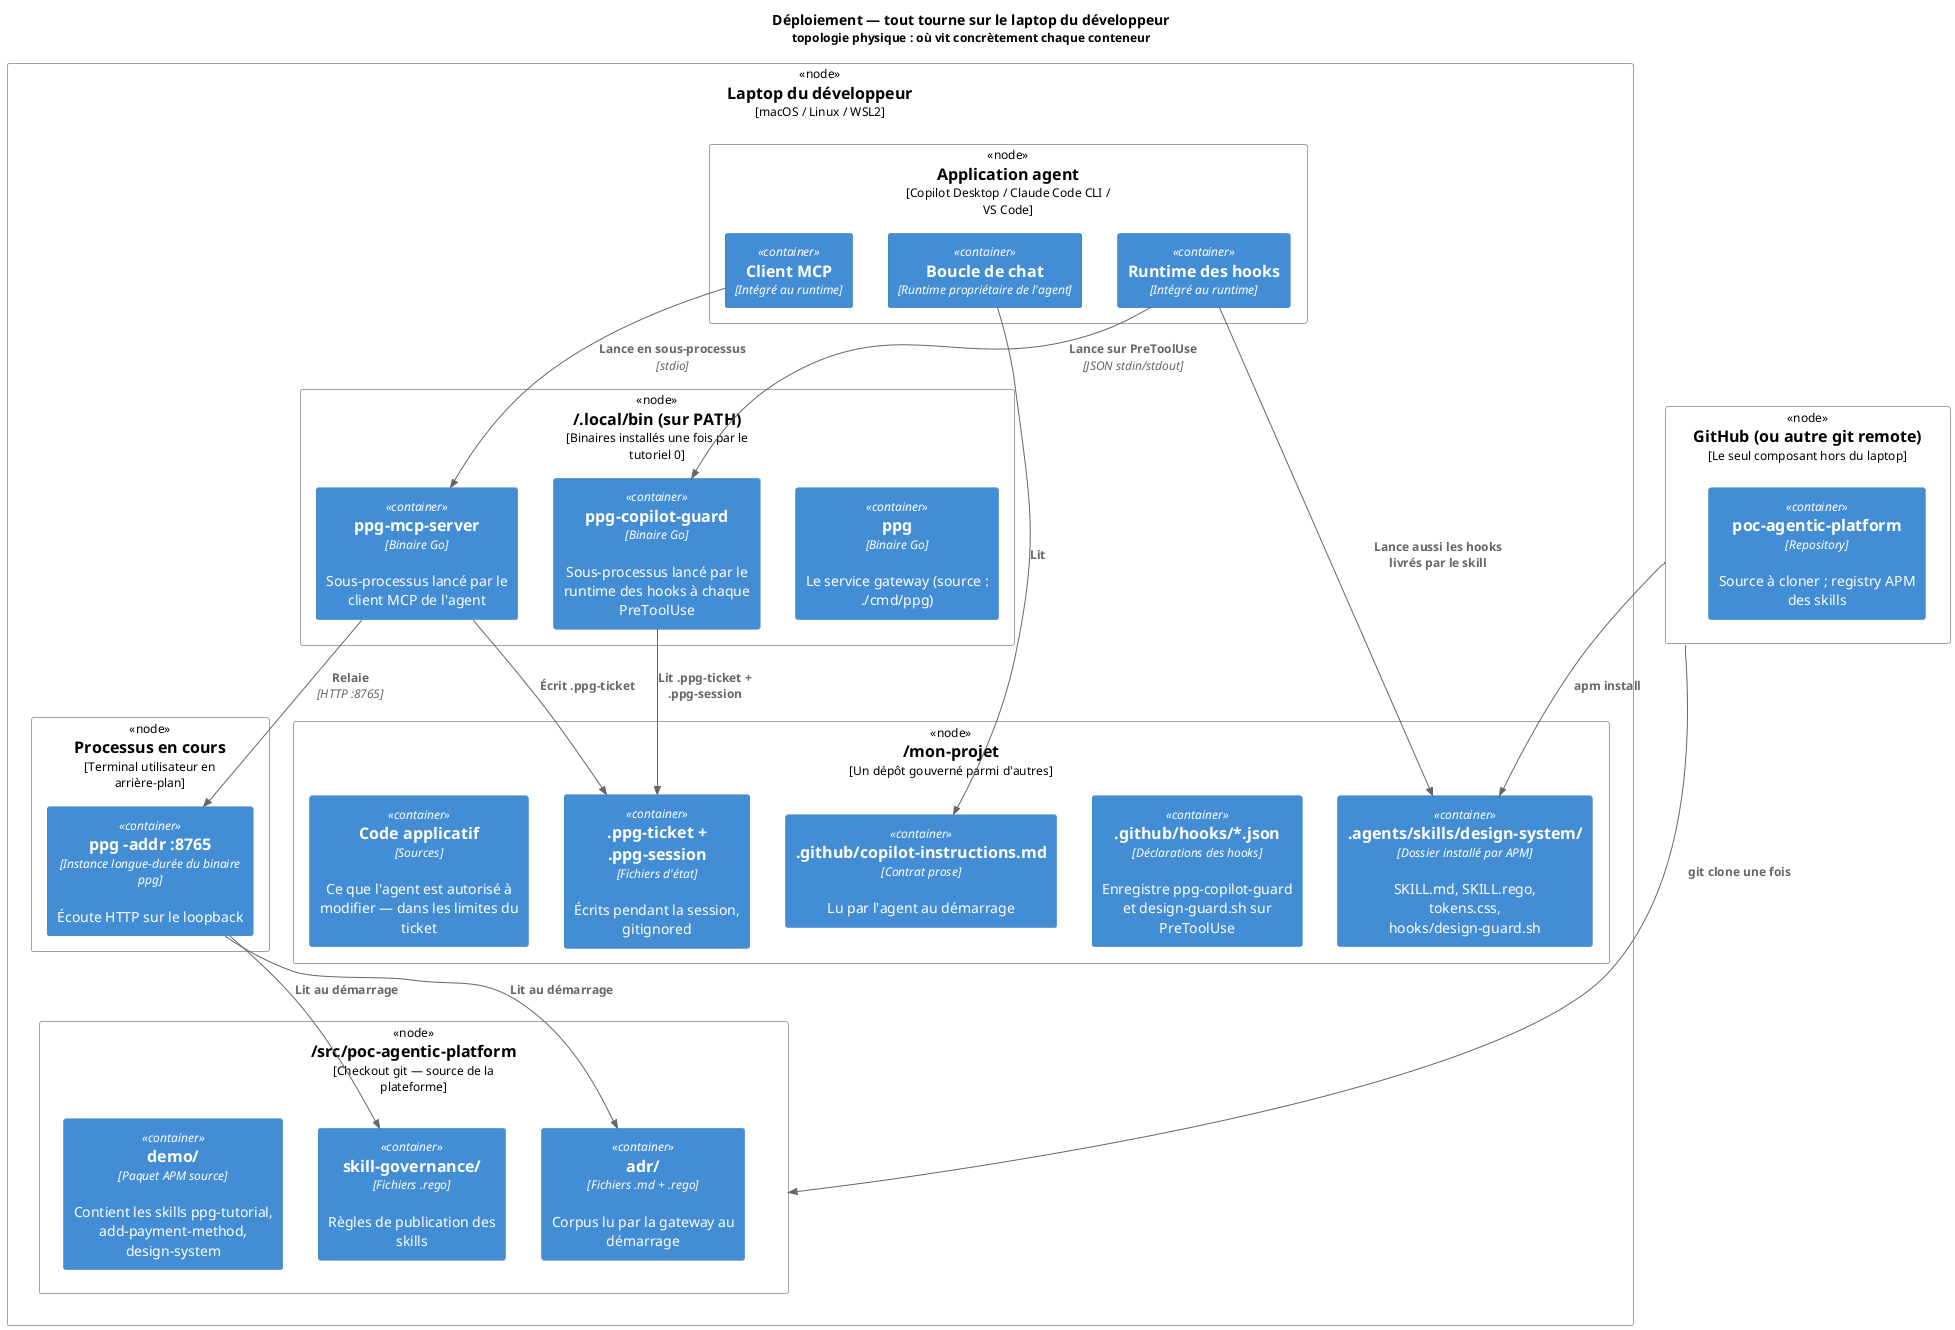
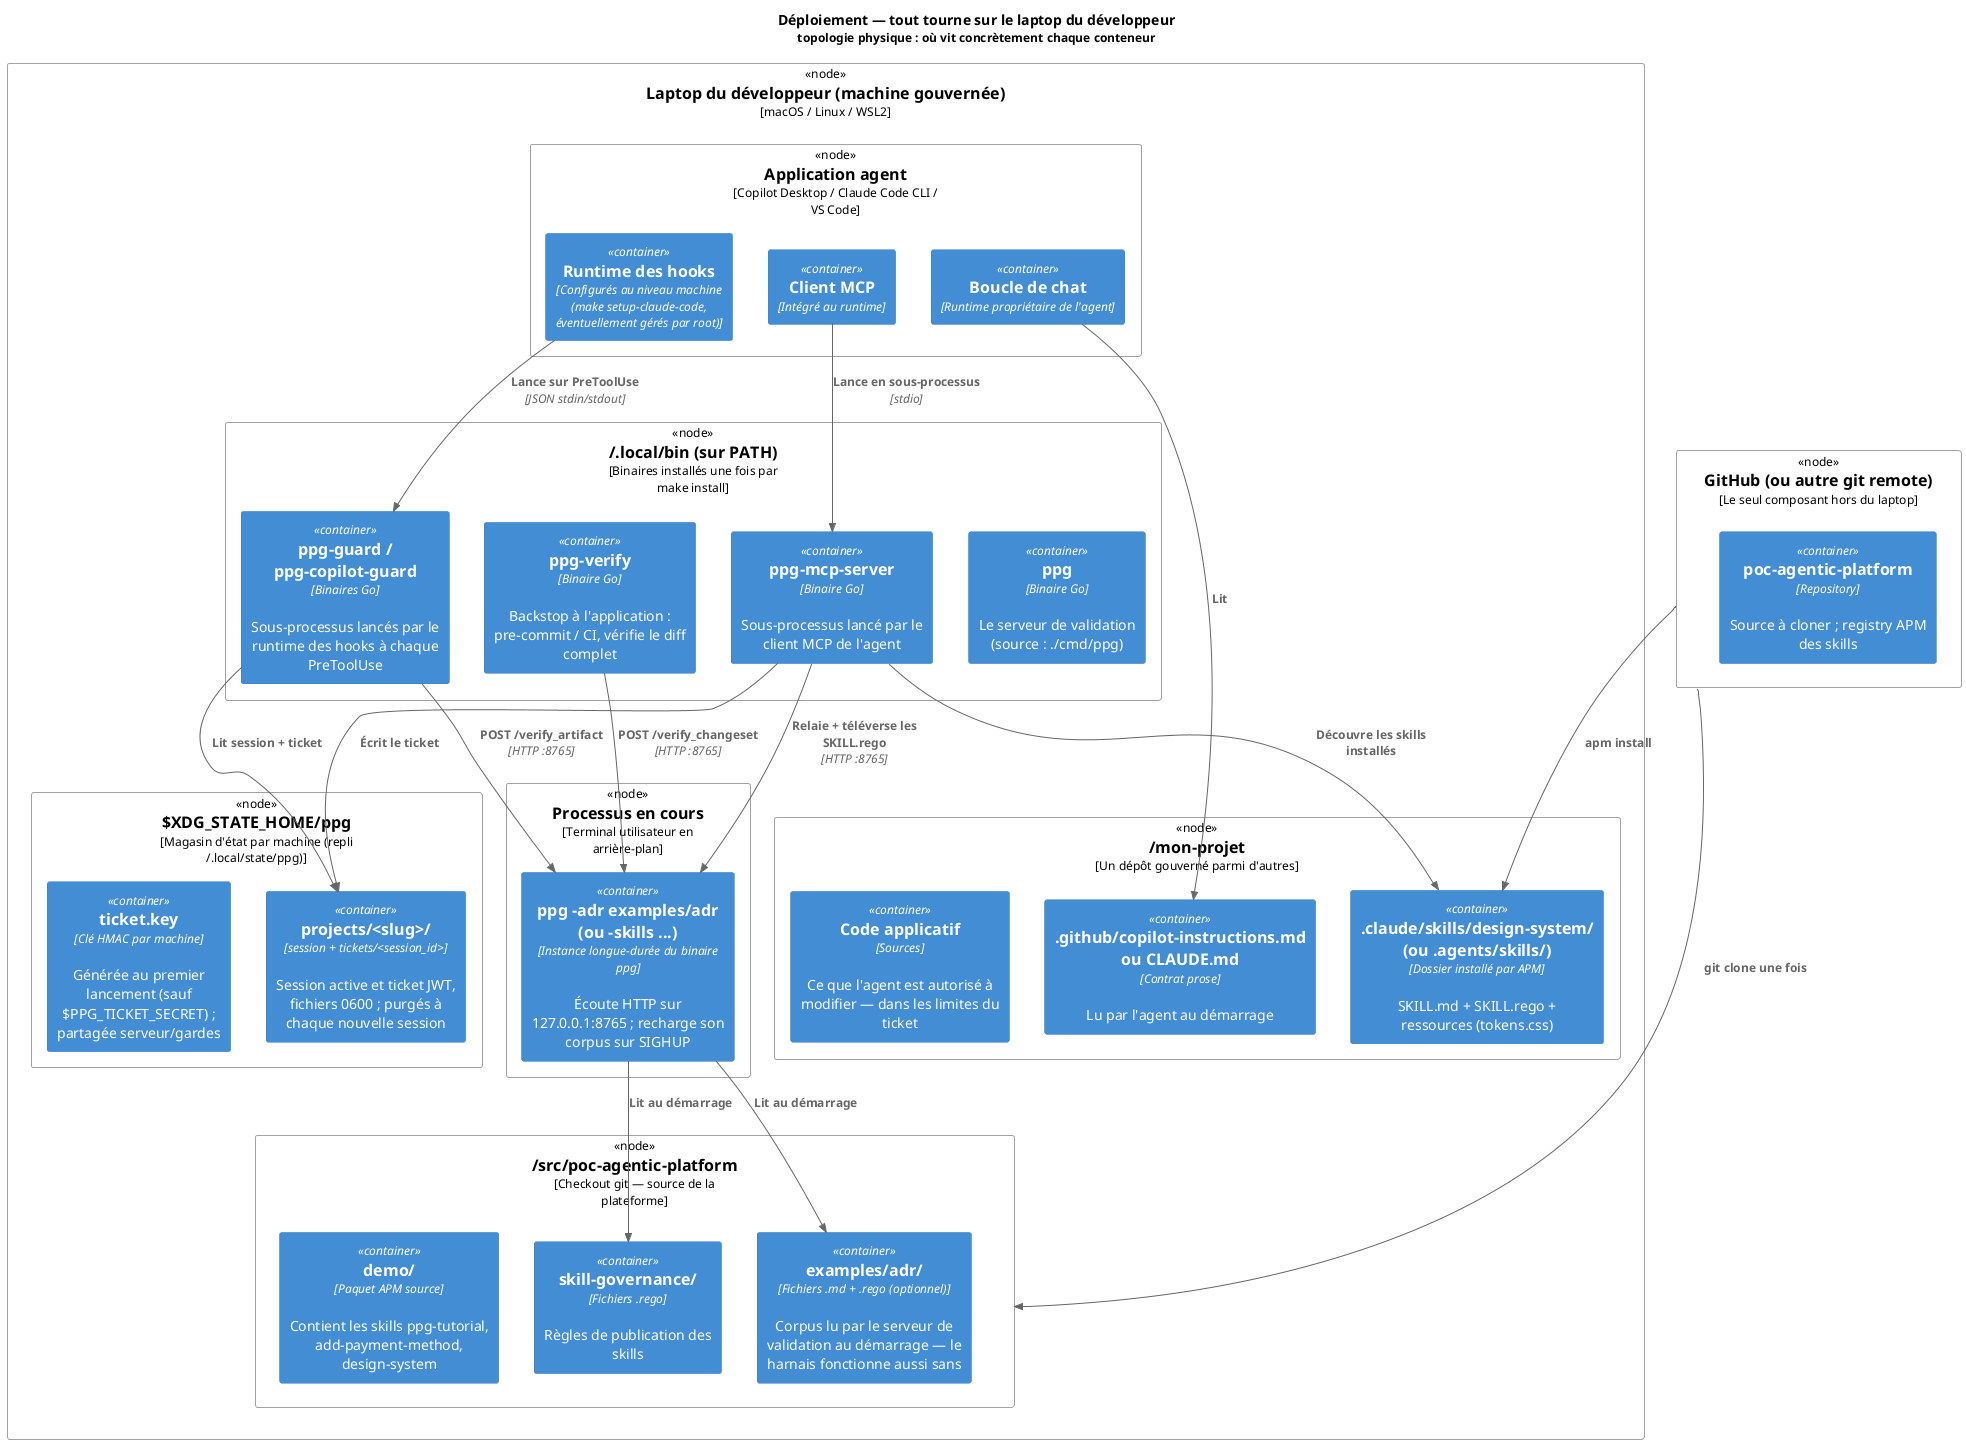
@startuml c4-deploiement
!include <C4/C4_Deployment>

title Déploiement — tout tourne sur le laptop du développeur\n<size:12>topologie physique : où vit concrètement chaque conteneur</size>

- Deployment_Node(laptop, "Laptop du développeur", "macOS / Linux / WSL2") {
+ Deployment_Node(laptop, "Laptop du développeur (machine gouvernée)", "macOS / Linux / WSL2") {

    Deployment_Node(agentApp, "Application agent", "Copilot Desktop / Claude Code CLI / VS Code") {
        Container(chat, "Boucle de chat", "Runtime propriétaire de l'agent")
        Container(mcpClient, "Client MCP", "Intégré au runtime")
-         Container(hookRuntime, "Runtime des hooks", "Intégré au runtime")
+         Container(hookRuntime, "Runtime des hooks", "Configurés au niveau machine (make setup-claude-code, éventuellement gérés par root)")
    }

-     Deployment_Node(bin, "~/.local/bin (sur PATH)", "Binaires installés une fois par le tutoriel 0") {
-         Container(ppgBin, "ppg", "Binaire Go", "Le service gateway (source : ./cmd/ppg)")
+     Deployment_Node(bin, "~/.local/bin (sur PATH)", "Binaires installés une fois par make install") {
+         Container(ppgBin, "ppg", "Binaire Go", "Le serveur de validation (source : ./cmd/ppg)")
        Container(mcpBin, "ppg-mcp-server", "Binaire Go", "Sous-processus lancé par le client MCP de l'agent")
-         Container(guardBin, "ppg-copilot-guard", "Binaire Go", "Sous-processus lancé par le runtime des hooks à chaque PreToolUse")
+         Container(guardBin, "ppg-guard / ppg-copilot-guard", "Binaires Go", "Sous-processus lancés par le runtime des hooks à chaque PreToolUse")
+         Container(verifyBin, "ppg-verify", "Binaire Go", "Backstop à l'application : pre-commit / CI, vérifie le diff complet")
    }

    Deployment_Node(procs, "Processus en cours", "Terminal utilisateur en arrière-plan") {
-         Container(ppgRunning, "ppg -addr :8765", "Instance longue-durée du binaire ppg", "Écoute HTTP sur le loopback")
+         Container(ppgRunning, "ppg -adr examples/adr (ou -skills ...)", "Instance longue-durée du binaire ppg", "Écoute HTTP sur 127.0.0.1:8765 ; recharge son corpus sur SIGHUP")
+     }
+ 
+     Deployment_Node(stateRoot, "$XDG_STATE_HOME/ppg", "Magasin d'état par machine (repli ~/.local/state/ppg)") {
+         Container(state, "projects/<slug>/", "session + tickets/<session_id>", "Session active et ticket JWT, fichiers 0600 ; purgés à chaque nouvelle session")
+         Container(key, "ticket.key", "Clé HMAC par machine", "Générée au premier lancement (sauf $PPG_TICKET_SECRET) ; partagée serveur/gardes")
    }

    Deployment_Node(project, "~/mon-projet", "Un dépôt gouverné parmi d'autres") {
-         Container(skillDir, ".agents/skills/design-system/", "Dossier installé par APM", "SKILL.md, SKILL.rego, tokens.css, hooks/design-guard.sh")
-         Container(hooksDir, ".github/hooks/*.json", "Déclarations des hooks", "Enregistre ppg-copilot-guard et design-guard.sh sur PreToolUse")
-         Container(contractFile, ".github/copilot-instructions.md", "Contrat prose", "Lu par l'agent au démarrage")
-         Container(state, ".ppg-ticket + .ppg-session", "Fichiers d'état", "Écrits pendant la session, gitignored")
+         Container(skillDir, ".claude/skills/design-system/ (ou .agents/skills/)", "Dossier installé par APM", "SKILL.md + SKILL.rego + ressources (tokens.css)")
+         Container(contractFile, ".github/copilot-instructions.md ou CLAUDE.md", "Contrat prose", "Lu par l'agent au démarrage")
        Container(appCode, "Code applicatif", "Sources", "Ce que l'agent est autorisé à modifier — dans les limites du ticket")
    }

    Deployment_Node(checkout, "~/src/poc-agentic-platform", "Checkout git — source de la plateforme") {
-         Container(adrCorpus, "adr/", "Fichiers .md + .rego", "Corpus lu par la gateway au démarrage")
+         Container(adrCorpus, "examples/adr/", "Fichiers .md + .rego (optionnel)", "Corpus lu par le serveur de validation au démarrage — le harnais fonctionne aussi sans")
        Container(skillGovDir, "skill-governance/", "Fichiers .rego", "Règles de publication des skills")
        Container(demoPkg, "demo/", "Paquet APM source", "Contient les skills ppg-tutorial, add-payment-method, design-system")
    }
}

Deployment_Node(remote, "GitHub (ou autre git remote)", "Le seul composant hors du laptop") {
    Container(gitRepo, "poc-agentic-platform", "Repository", "Source à cloner ; registry APM des skills")
}

Rel(mcpClient, mcpBin, "Lance en sous-processus", "stdio")
Rel(hookRuntime, guardBin, "Lance sur PreToolUse", "JSON stdin/stdout")
- Rel(hookRuntime, skillDir, "Lance aussi les hooks livrés par le skill")
- Rel(mcpBin, ppgRunning, "Relaie", "HTTP :8765")
+ Rel(mcpBin, ppgRunning, "Relaie + téléverse les SKILL.rego", "HTTP :8765")
+ Rel(guardBin, ppgRunning, "POST /verify_artifact", "HTTP :8765")
+ Rel(verifyBin, ppgRunning, "POST /verify_changeset", "HTTP :8765")
Rel(ppgRunning, adrCorpus, "Lit au démarrage")
Rel(ppgRunning, skillGovDir, "Lit au démarrage")
- Rel(mcpBin, state, "Écrit .ppg-ticket")
- Rel(guardBin, state, "Lit .ppg-ticket + .ppg-session")
+ Rel(mcpBin, state, "Écrit le ticket")
+ Rel(guardBin, state, "Lit session + ticket")
+ Rel(mcpBin, skillDir, "Découvre les skills installés")
Rel(chat, contractFile, "Lit")
Rel(remote, checkout, "git clone une fois")
Rel(remote, skillDir, "apm install")

@enduml
